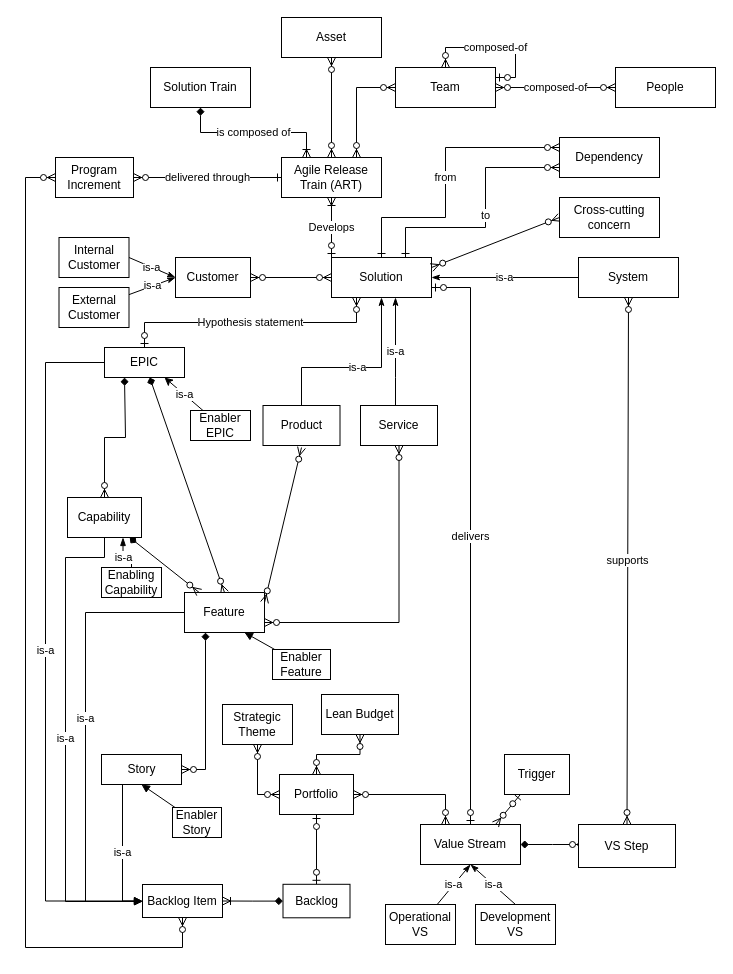
Above: meta-model/SAFe Meta Model v0.2.drawio in michelin/Continuous-Architecture-Toolkit (draw.io), before the change. Source tidied: cells renumbered, new cells numbered last; positions are measured from the earlier drawing's top-left corner, leaving out a move shared by most shapes. Both pictures are drawn from the tidied source at 100%, with x=0, y=0 at pixel (25, 17).
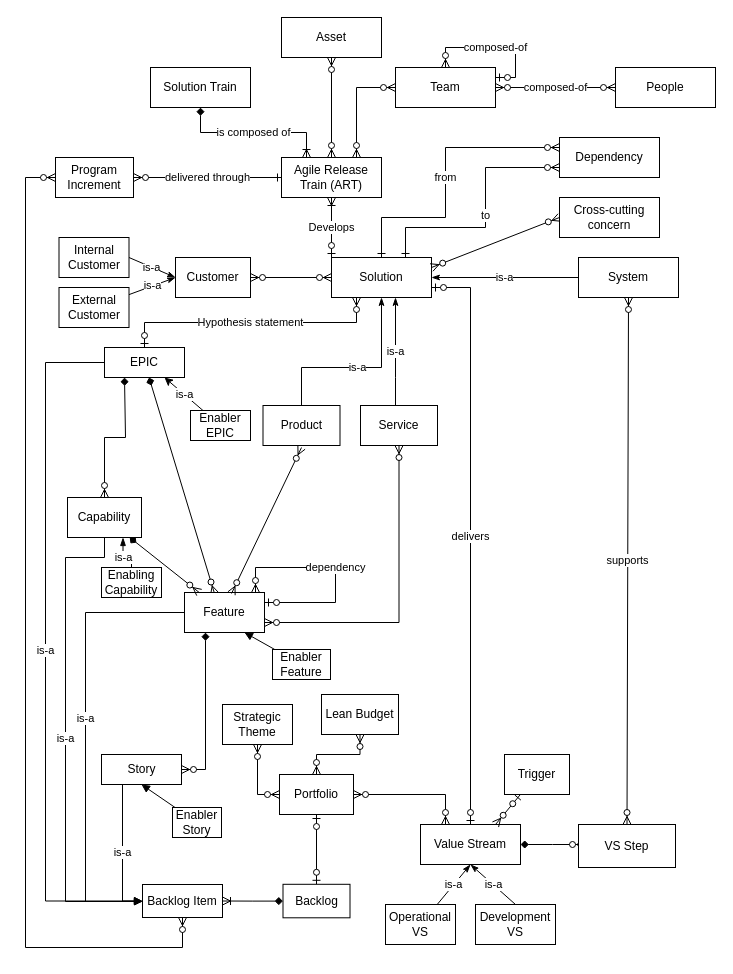
The same diagram, later.

Commit message (it also covers changes not shown here):
new meta model version

Unchanged cells that the change refers to:
```xml
<mxCell id="46" value="EPIC" style="whiteSpace=wrap;html=1;align=center;" parent="1" vertex="1">
  <mxGeometry x="79" y="330" width="80" height="30" as="geometry" />
</mxCell>
<mxCell id="49" value="Feature" style="whiteSpace=wrap;html=1;align=center;" parent="1" vertex="1">
  <mxGeometry x="159" y="575" width="80" height="40" as="geometry" />
</mxCell>
```

Change to the diagram source:
```diff
@@
-    <mxCell id="42" style="rounded=0;jettySize=auto;html=1;entryX=0.5;entryY=0;entryDx=0;entryDy=0;startArrow=diamond;startFill=1;endArrow=ERzeroToMany;endFill=1;" parent="1" edge="1" source="46" target="49">
+    <mxCell id="42" style="rounded=0;jettySize=auto;html=1;entryX=0.375;entryY=0.025;entryDx=0;entryDy=0;startArrow=diamond;startFill=1;endArrow=ERzeroToMany;endFill=1;entryPerimeter=0;" parent="1" edge="1" source="46" target="49">
       <mxGeometry relative="1" as="geometry" />
     </mxCell>
@@
-    <mxCell id="50" style="endArrow=ERzeroToMany;html=1;rounded=0;entryX=1;entryY=0.25;entryDx=0;entryDy=0;startArrow=ERzeroToMany;startFill=1;endFill=1;" parent="1" edge="1" target="49">
+    <mxCell id="50" style="endArrow=ERzeroToMany;html=1;rounded=0;entryX=0.588;entryY=0.025;entryDx=0;entryDy=0;startArrow=ERzeroToMany;startFill=1;endFill=1;entryPerimeter=0;" parent="1" edge="1" target="49">
       <mxGeometry relative="1" as="geometry">
         <mxPoint x="276" y="430" as="sourcePoint" />
       </mxGeometry>
     </mxCell>
@@
+    <mxCell id="78" value="dependency" style="rounded=0;orthogonalLoop=1;jettySize=auto;html=1;edgeStyle=orthogonalEdgeStyle;exitX=1;exitY=0.25;exitDx=0;exitDy=0;endArrow=ERzeroToMany;endFill=1;startArrow=ERzeroToOne;startFill=1;" parent="1" edge="1" source="49" target="49">
+      <mxGeometry relative="1" as="geometry">
+        <Array as="points">
+          <mxPoint x="310" y="585" />
+          <mxPoint x="310" y="550" />
+          <mxPoint x="230" y="550" />
+        </Array>
+      </mxGeometry>
+    </mxCell>
```
